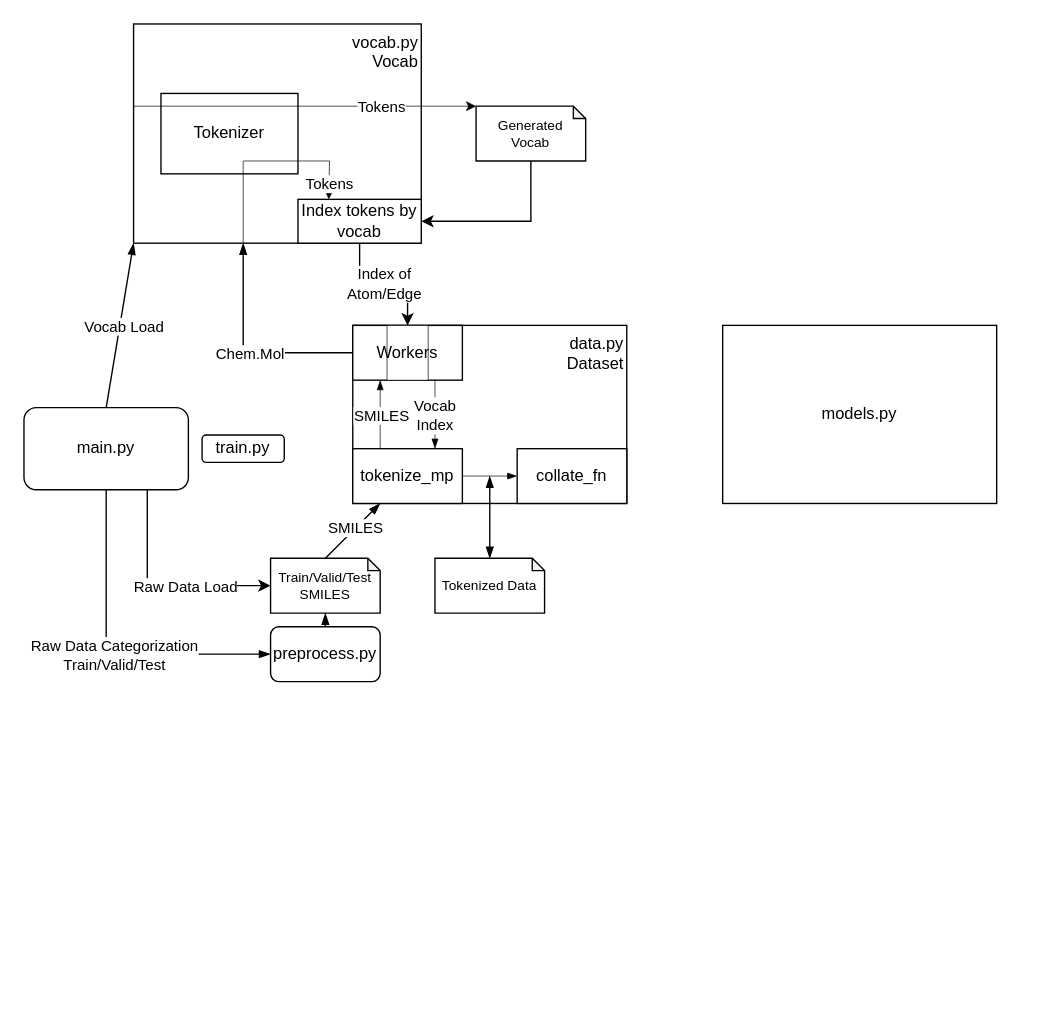
Before: Untitled Diagram.drawio in rladbtls1998/public_temp, a draw.io diagram. Source tidied: cells renumbered, new cells numbered last; positions are measured from the earlier drawing's top-left corner, leaving out a move shared by most shapes. Both pictures are drawn from the tidied source at 137%, with x=0, y=0 at pixel (23, 23).
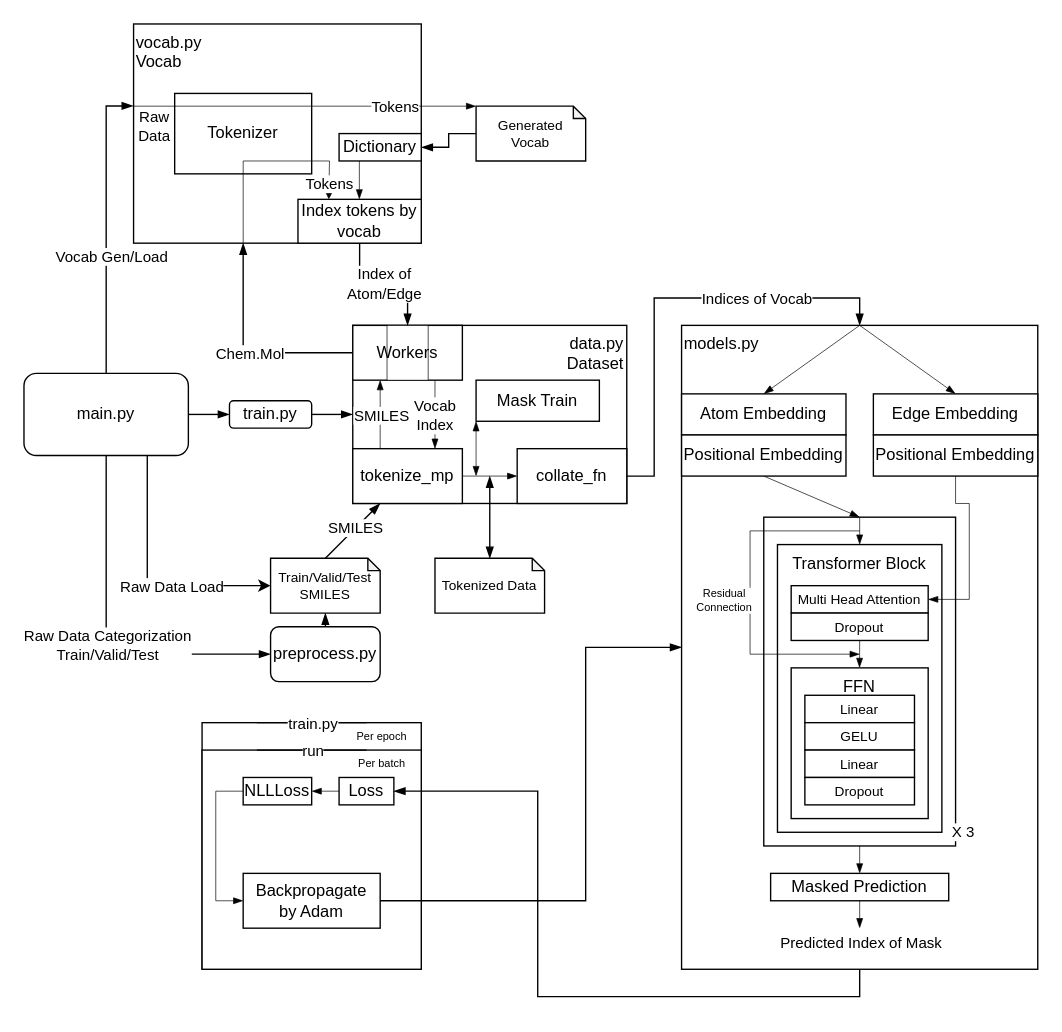
After the change.

Unchanged cells that the change refers to:
```xml
<mxCell id="17" style="group;" parent="1" vertex="1">
  <mxGeometry x="240" y="220" width="200" height="130" as="geometry" />
</mxCell>
<mxCell id="25" value="collate_fn" style="rounded=0;whiteSpace=wrap;html=1;" parent="17" vertex="1">
  <mxGeometry x="120" y="90" width="80" height="40" as="geometry" />
</mxCell>
<mxCell id="27" value="Workers" style="rounded=0;whiteSpace=wrap;html=1;strokeWidth=0.5;" parent="17" vertex="1">
  <mxGeometry x="25" width="30" height="40" as="geometry" />
</mxCell>
<mxCell id="29" value="&lt;div style=&quot;font-size: 10px;&quot;&gt;Generated&lt;/div&gt;&lt;div style=&quot;font-size: 10px;&quot;&gt;Vocab&lt;/div&gt;" style="shape=note;whiteSpace=wrap;html=1;backgroundOutline=1;darkOpacity=0.05;size=9;fontSize=10;" parent="1" vertex="1">
  <mxGeometry x="330" y="60" width="80" height="40" as="geometry" />
</mxCell>
<mxCell id="32" style="group;" parent="1" vertex="1">
  <mxGeometry x="80" width="210" height="160" as="geometry" />
</mxCell>
<mxCell id="35" value="Index tokens by vocab" style="rounded=0;whiteSpace=wrap;html=1;" parent="32" vertex="1">
  <mxGeometry x="120" y="128" width="90" height="32" as="geometry" />
</mxCell>
```

Change to the diagram source:
```diff
@@
+    <mxCell id="3" value="models.py" style="rounded=0;whiteSpace=wrap;html=1;align=left;verticalAlign=top;horizontal=1;" parent="1" vertex="1">
+      <mxGeometry x="480" y="220" width="260" height="470" as="geometry" />
+    </mxCell>
+    <mxCell id="43" style="rounded=0;whiteSpace=wrap;html=1;verticalAlign=top;align=right;" parent="1" vertex="1">
+      <mxGeometry x="540" y="360" width="140" height="240" as="geometry" />
+    </mxCell>
+    <mxCell id="44" value="Transformer Block" style="rounded=0;whiteSpace=wrap;html=1;verticalAlign=top;" parent="1" vertex="1">
+      <mxGeometry x="550" y="380" width="120" height="210" as="geometry" />
+    </mxCell>
+    <mxCell id="45" style="edgeStyle=orthogonalEdgeStyle;rounded=0;jettySize=auto;html=1;exitX=1;exitY=0.5;exitDx=0;exitDy=0;entryX=0;entryY=0.5;entryDx=0;entryDy=0;endArrow=blockThin;endFill=1;" parent="1" edge="1" source="2" target="5">
+      <mxGeometry relative="1" as="geometry" />
+    </mxCell>
     <mxCell id="2" value="main.py" style="rounded=1;whiteSpace=wrap;html=1;" parent="1" vertex="1">
-      <mxGeometry y="280" width="120" height="60" as="geometry" />
+      <mxGeometry y="255" width="120" height="60" as="geometry" />
     </mxCell>
-    <mxCell id="3" value="models.py" style="rounded=0;whiteSpace=wrap;html=1;" parent="1" vertex="1">
-      <mxGeometry x="510" y="220" width="200" height="130" as="geometry" />
-    </mxCell>
+    <mxCell id="46" style="rounded=0;jettySize=auto;html=1;exitX=0.5;exitY=0;exitDx=0;exitDy=0;entryX=0.5;entryY=0;entryDx=0;entryDy=0;endArrow=blockThin;endFill=1;strokeWidth=0.5;" parent="1" edge="1" source="3" target="56">
+      <mxGeometry relative="1" as="geometry" />
+    </mxCell>
@@
+    <mxCell id="47" style="edgeStyle=orthogonalEdgeStyle;rounded=0;jettySize=auto;html=1;exitX=1;exitY=0.5;exitDx=0;exitDy=0;endArrow=blockThin;endFill=1;" parent="1" edge="1" source="5">
+      <mxGeometry relative="1" as="geometry">
+        <mxPoint x="240" y="285" as="targetPoint" />
+      </mxGeometry>
+    </mxCell>
     <mxCell id="5" value="train.py" style="rounded=1;whiteSpace=wrap;html=1;" parent="1" vertex="1">
-      <mxGeometry x="130" y="300" width="60" height="20" as="geometry" />
+      <mxGeometry x="150" y="275" width="60" height="20" as="geometry" />
     </mxCell>
@@
-    <mxCell id="8" style="endArrow=blockThin;html=1;rounded=0;entryX=0;entryY=1;entryDx=0;entryDy=0;exitX=0.5;exitY=0;exitDx=0;exitDy=0;endFill=1;" parent="1" edge="1" source="2" target="33">
-      <mxGeometry relative="1" as="geometry" />
+    <mxCell id="8" style="endArrow=blockThin;html=1;rounded=0;exitX=0.5;exitY=0;exitDx=0;exitDy=0;endFill=1;edgeStyle=elbowEdgeStyle;spacing=1;entryX=-0.001;entryY=0.374;entryDx=0;entryDy=0;entryPerimeter=0;" parent="1" edge="1" source="2" target="33">
+      <mxGeometry relative="1" as="geometry">
+        <Array as="points">
+          <mxPoint x="60" y="170" />
+        </Array>
+      </mxGeometry>
     </mxCell>
-    <mxCell id="9" value="Vocab Load" style="edgeLabel;html=1;align=center;verticalAlign=middle;" parent="8" vertex="1">
-      <mxGeometry y="-3" relative="1" as="geometry" />
+    <mxCell id="9" value="Vocab Gen/Load" style="edgeLabel;html=1;align=center;verticalAlign=middle;" parent="8" vertex="1">
+      <mxGeometry y="-3" relative="1" as="geometry">
+        <mxPoint y="21" as="offset" />
+      </mxGeometry>
     </mxCell>
@@
+    <mxCell id="48" value="Mask Train" style="rounded=0;whiteSpace=wrap;html=1;" parent="17" vertex="1">
+      <mxGeometry x="90" y="40" width="90" height="30" as="geometry" />
+    </mxCell>
@@
-    <mxCell id="33" value="vocab.py&lt;div&gt;Vocab&lt;/div&gt;" style="rounded=0;whiteSpace=wrap;html=1;align=right;verticalAlign=top;" parent="32" vertex="1">
+    <mxCell id="33" value="vocab.py&lt;div&gt;Vocab&lt;/div&gt;" style="rounded=0;whiteSpace=wrap;html=1;align=left;verticalAlign=top;" parent="32" vertex="1">
       <mxGeometry width="210" height="160" as="geometry" />
     </mxCell>
     <mxCell id="34" value="Tokenizer" style="rounded=0;whiteSpace=wrap;html=1;" parent="32" vertex="1">
-      <mxGeometry x="20" y="50.7" width="100" height="58.7" as="geometry" />
+      <mxGeometry x="30" y="50.7" width="100" height="58.7" as="geometry" />
     </mxCell>
@@
-    <mxCell id="36" style="endArrow=classic;html=1;rounded=0;entryX=0;entryY=0;entryDx=0;entryDy=0;entryPerimeter=0;strokeWidth=0.5;" parent="32" edge="1">
+    <mxCell id="36" style="endArrow=blockThin;html=1;rounded=0;entryX=0;entryY=0;entryDx=0;entryDy=0;entryPerimeter=0;strokeWidth=0.5;endFill=1;" parent="32" edge="1">
       <mxGeometry relative="1" as="geometry">
         <mxPoint y="60" as="sourcePoint" />
         <mxPoint x="250" y="60" as="targetPoint" />
       </mxGeometry>
     </mxCell>
     <mxCell id="37" value="Tokens" style="edgeLabel;html=1;align=center;verticalAlign=middle;" parent="36" vertex="1">
-      <mxGeometry x="0.44" relative="1" as="geometry" />
+      <mxGeometry x="0.44" relative="1" as="geometry">
+        <mxPoint x="10" as="offset" />
+      </mxGeometry>
     </mxCell>
+    <mxCell id="49" value="Raw&lt;div&gt;Data&lt;/div&gt;" style="edgeLabel;html=1;align=center;verticalAlign=middle;" parent="36" vertex="1">
+      <mxGeometry x="-0.87" y="1" relative="1" as="geometry">
+        <mxPoint x="-2" y="15" as="offset" />
+      </mxGeometry>
+    </mxCell>
@@
+    <mxCell id="50" style="endArrow=blockThin;html=1;rounded=0;entryX=0.75;entryY=0;entryDx=0;entryDy=0;strokeWidth=0.5;exitX=0.893;exitY=0.625;exitDx=0;exitDy=0;exitPerimeter=0;endFill=1;" parent="32" edge="1">
+      <mxGeometry relative="1" as="geometry">
+        <mxPoint x="164.8" y="100" as="sourcePoint" />
+        <mxPoint x="164.8" y="128" as="targetPoint" />
+      </mxGeometry>
+    </mxCell>
+    <mxCell id="51" value="Dictionary" style="rounded=0;whiteSpace=wrap;html=1;" parent="32" vertex="1">
+      <mxGeometry x="150" y="80" width="60" height="20" as="geometry" />
+    </mxCell>
+    <mxCell id="52" style="endArrow=blockThin;html=1;rounded=0;entryX=0;entryY=1;entryDx=0;entryDy=0;strokeWidth=0.5;endFill=1;startArrow=blockThin;startFill=1;" parent="32" edge="1" target="48">
+      <mxGeometry relative="1" as="geometry">
+        <mxPoint x="250" y="330" as="sourcePoint" />
+      </mxGeometry>
+    </mxCell>
-    <mxCell id="40" style="edgeStyle=orthogonalEdgeStyle;rounded=0;jettySize=auto;html=1;exitX=0.5;exitY=1;exitDx=0;exitDy=0;entryX=1;entryY=0.5;entryDx=0;entryDy=0;exitPerimeter=0;" parent="1" edge="1" source="29" target="35">
+    <mxCell id="40" style="edgeStyle=orthogonalEdgeStyle;rounded=0;jettySize=auto;html=1;exitX=0;exitY=0.5;exitDx=0;exitDy=0;exitPerimeter=0;arcSize=10;entryX=1;entryY=0.5;entryDx=0;entryDy=0;endArrow=blockThin;endFill=1;" parent="1" edge="1" source="29" target="51">
       <mxGeometry relative="1" as="geometry" />
     </mxCell>
-    <mxCell id="41" style="edgeStyle=orthogonalEdgeStyle;rounded=0;jettySize=auto;html=1;entryX=0.5;entryY=0;entryDx=0;entryDy=0;" parent="1" edge="1" source="35" target="27">
+    <mxCell id="41" style="edgeStyle=orthogonalEdgeStyle;rounded=0;jettySize=auto;html=1;entryX=0.5;entryY=0;entryDx=0;entryDy=0;endArrow=blockThin;endFill=1;" parent="1" edge="1" source="35" target="27">
       <mxGeometry relative="1" as="geometry" />
     </mxCell>
@@
+    <mxCell id="53" style="rounded=0;jettySize=auto;html=1;exitX=1;exitY=0.5;exitDx=0;exitDy=0;entryX=0.5;entryY=0;entryDx=0;entryDy=0;edgeStyle=orthogonalEdgeStyle;elbow=vertical;endArrow=blockThin;endFill=1;" parent="1" edge="1" source="25" target="3">
+      <mxGeometry relative="1" as="geometry" />
+    </mxCell>
+    <mxCell id="54" value="Indices of Vocab" style="edgeLabel;html=1;align=center;verticalAlign=middle;" parent="53" vertex="1">
+      <mxGeometry x="0.4" relative="1" as="geometry" />
+    </mxCell>
+    <mxCell id="55" value="Atom Embedding" style="rounded=0;whiteSpace=wrap;html=1;" parent="1" vertex="1">
+      <mxGeometry x="480" y="270" width="120" height="30" as="geometry" />
+    </mxCell>
+    <mxCell id="56" value="Edge Embedding" style="rounded=0;whiteSpace=wrap;html=1;" parent="1" vertex="1">
+      <mxGeometry x="620" y="270" width="120" height="30" as="geometry" />
+    </mxCell>
+    <mxCell id="57" style="rounded=0;jettySize=auto;html=1;exitX=0.5;exitY=0;exitDx=0;exitDy=0;entryX=0.5;entryY=0;entryDx=0;entryDy=0;endArrow=blockThin;endFill=1;strokeWidth=0.5;" parent="1" edge="1" source="3" target="55">
+      <mxGeometry relative="1" as="geometry" />
+    </mxCell>
+    <mxCell id="58" value="Multi Head Attention" style="rounded=0;whiteSpace=wrap;html=1;fontSize=10;" parent="1" vertex="1">
+      <mxGeometry x="560" y="410" width="100" height="20" as="geometry" />
+    </mxCell>
+    <mxCell id="59" style="rounded=0;jettySize=auto;html=1;exitX=0.5;exitY=1;exitDx=0;exitDy=0;entryX=0.5;entryY=0;entryDx=0;entryDy=0;endArrow=blockThin;endFill=1;strokeWidth=0.5;" parent="1" edge="1" source="60" target="43">
+      <mxGeometry relative="1" as="geometry" />
+    </mxCell>
+    <mxCell id="60" value="Positional Embedding" style="rounded=0;whiteSpace=wrap;html=1;" parent="1" vertex="1">
+      <mxGeometry x="480" y="300" width="120" height="30" as="geometry" />
+    </mxCell>
+    <mxCell id="61" style="edgeStyle=orthogonalEdgeStyle;rounded=0;jettySize=auto;html=1;exitX=0.5;exitY=1;exitDx=0;exitDy=0;entryX=1;entryY=0.5;entryDx=0;entryDy=0;endArrow=blockThin;endFill=1;strokeWidth=0.5;" parent="1" edge="1" source="62" target="58">
+      <mxGeometry relative="1" as="geometry">
+        <Array as="points">
+          <mxPoint x="680" y="350" />
+          <mxPoint x="690" y="350" />
+          <mxPoint x="690" y="420" />
+        </Array>
+      </mxGeometry>
+    </mxCell>
+    <mxCell id="62" value="Positional Embedding" style="rounded=0;whiteSpace=wrap;html=1;" parent="1" vertex="1">
+      <mxGeometry x="620" y="300" width="120" height="30" as="geometry" />
+    </mxCell>
+    <mxCell id="63" style="edgeStyle=orthogonalEdgeStyle;rounded=0;jettySize=auto;html=1;exitX=0.5;exitY=1;exitDx=0;exitDy=0;endArrow=blockThin;endFill=1;strokeWidth=0.5;" parent="1" edge="1" source="64">
+      <mxGeometry relative="1" as="geometry">
+        <mxPoint x="609.9" y="470" as="targetPoint" />
+      </mxGeometry>
+    </mxCell>
+    <mxCell id="64" value="Dropout" style="rounded=0;whiteSpace=wrap;html=1;fontSize=10;" parent="1" vertex="1">
+      <mxGeometry x="560" y="430" width="100" height="20" as="geometry" />
+    </mxCell>
+    <mxCell id="65" style="group;" parent="1" vertex="1">
+      <mxGeometry x="560" y="470" width="100" height="110" as="geometry" />
+    </mxCell>
+    <mxCell id="66" value="FFN" style="rounded=0;whiteSpace=wrap;html=1;horizontal=1;verticalAlign=top;" parent="65" vertex="1">
+      <mxGeometry width="100" height="110" as="geometry" />
+    </mxCell>
+    <mxCell id="67" value="Linear" style="rounded=0;whiteSpace=wrap;html=1;fontSize=10;" parent="65" vertex="1">
+      <mxGeometry x="10" y="20" width="80" height="20" as="geometry" />
+    </mxCell>
+    <mxCell id="68" value="GELU" style="rounded=0;whiteSpace=wrap;html=1;fontSize=10;" parent="65" vertex="1">
+      <mxGeometry x="10" y="40" width="80" height="20" as="geometry" />
+    </mxCell>
+    <mxCell id="69" value="Linear" style="rounded=0;whiteSpace=wrap;html=1;fontSize=10;" parent="65" vertex="1">
+      <mxGeometry x="10" y="60" width="80" height="20" as="geometry" />
+    </mxCell>
+    <mxCell id="70" value="Dropout" style="rounded=0;whiteSpace=wrap;html=1;fontSize=10;" parent="65" vertex="1">
+      <mxGeometry x="10" y="80" width="80" height="20" as="geometry" />
+    </mxCell>
+    <mxCell id="71" style="edgeStyle=orthogonalEdgeStyle;rounded=0;jettySize=auto;html=1;exitX=0.5;exitY=0;exitDx=0;exitDy=0;entryX=0.5;entryY=0;entryDx=0;entryDy=0;endArrow=blockThin;endFill=1;strokeWidth=0.5;" parent="1" edge="1" source="43" target="44">
+      <mxGeometry relative="1" as="geometry" />
+    </mxCell>
+    <mxCell id="72" style="endArrow=blockThin;html=1;rounded=0;strokeWidth=0.5;endFill=1;" parent="1" edge="1">
+      <mxGeometry relative="1" as="geometry">
+        <mxPoint x="610" y="370" as="sourcePoint" />
+        <mxPoint x="610" y="460" as="targetPoint" />
+        <Array as="points">
+          <mxPoint x="530" y="370" />
+          <mxPoint x="530" y="460" />
+        </Array>
+      </mxGeometry>
+    </mxCell>
+    <mxCell id="73" value="Residual&lt;div style=&quot;font-size: 8px;&quot;&gt;Connection&lt;/div&gt;" style="edgeLabel;html=1;align=center;verticalAlign=middle;fontSize=8;" parent="72" vertex="1">
+      <mxGeometry relative="1" as="geometry">
+        <mxPoint x="-20" y="5" as="offset" />
+      </mxGeometry>
+    </mxCell>
+    <mxCell id="74" style="endArrow=none;html=1;rounded=0;" parent="1" edge="1">
+      <mxGeometry relative="1" as="geometry">
+        <mxPoint x="680" y="590" as="sourcePoint" />
+        <mxPoint x="690" y="590" as="targetPoint" />
+      </mxGeometry>
+    </mxCell>
+    <mxCell id="75" value="X 3&amp;nbsp;" style="edgeLabel;html=1;align=center;verticalAlign=middle;" parent="74" vertex="1">
+      <mxGeometry x="0.1" y="1" relative="1" as="geometry" />
+    </mxCell>
+    <mxCell id="76" value="Masked Prediction" style="rounded=0;whiteSpace=wrap;html=1;" parent="1" vertex="1">
+      <mxGeometry x="545" y="620" width="130" height="20" as="geometry" />
+    </mxCell>
+    <mxCell id="77" style="rounded=0;jettySize=auto;html=1;exitX=0.5;exitY=1;exitDx=0;exitDy=0;endArrow=blockThin;endFill=1;strokeWidth=0.5;entryX=0.5;entryY=0;entryDx=0;entryDy=0;" parent="1" edge="1" source="43" target="76">
+      <mxGeometry relative="1" as="geometry" />
+    </mxCell>
+    <mxCell id="78" style="rounded=0;jettySize=auto;html=1;exitX=0.5;exitY=1;exitDx=0;exitDy=0;endArrow=blockThin;endFill=1;strokeWidth=0.5;" parent="1" edge="1" source="76">
+      <mxGeometry relative="1" as="geometry">
+        <mxPoint x="610" y="660" as="targetPoint" />
+      </mxGeometry>
+    </mxCell>
+    <mxCell id="79" value="Predicted Index of Mask" style="edgeLabel;html=1;align=center;verticalAlign=middle;" parent="78" vertex="1">
+      <mxGeometry x="0.51" y="-1" relative="1" as="geometry">
+        <mxPoint x="1" y="15" as="offset" />
+      </mxGeometry>
+    </mxCell>
+    <mxCell id="80" style="group;" parent="1" vertex="1">
+      <mxGeometry x="130" y="510" width="160" height="180" as="geometry" />
+    </mxCell>
+    <mxCell id="81" style="rounded=0;whiteSpace=wrap;html=1;verticalAlign=top;align=left;spacingLeft=1;" parent="80" vertex="1">
+      <mxGeometry width="160" height="180" as="geometry" />
+    </mxCell>
+    <mxCell id="82" style="endArrow=none;html=1;rounded=0;entryX=0.75;entryY=0;entryDx=0;entryDy=0;exitX=0.25;exitY=0;exitDx=0;exitDy=0;" parent="80" edge="1" source="81" target="81">
+      <mxGeometry relative="1" as="geometry" />
+    </mxCell>
+    <mxCell id="83" value="train.py" style="edgeLabel;html=1;align=center;verticalAlign=middle;" parent="82" vertex="1">
+      <mxGeometry relative="1" as="geometry" />
+    </mxCell>
+    <mxCell id="84" style="endArrow=none;html=1;rounded=0;exitX=0.448;exitY=0;exitDx=0;exitDy=0;exitPerimeter=0;entryX=0.528;entryY=0;entryDx=0;entryDy=0;entryPerimeter=0;fontSize=7;" parent="80" edge="1">
+      <mxGeometry relative="1" as="geometry">
+        <mxPoint x="118" y="9.8" as="sourcePoint" />
+        <mxPoint x="142" y="9.8" as="targetPoint" />
+      </mxGeometry>
+    </mxCell>
+    <mxCell id="85" value="Per epoch" style="edgeLabel;html=1;align=center;verticalAlign=middle;fontSize=8;" parent="84" vertex="1">
+      <mxGeometry relative="1" as="geometry" />
+    </mxCell>
+    <mxCell id="86" style="rounded=0;whiteSpace=wrap;html=1;verticalAlign=top;align=left;" parent="80" vertex="1">
+      <mxGeometry y="20" width="160" height="160" as="geometry" />
+    </mxCell>
+    <mxCell id="87" style="endArrow=none;html=1;rounded=0;entryX=0.75;entryY=0;entryDx=0;entryDy=0;exitX=0.25;exitY=0;exitDx=0;exitDy=0;" parent="80" edge="1" source="86" target="86">
+      <mxGeometry relative="1" as="geometry" />
+    </mxCell>
+    <mxCell id="88" value="run" style="edgeLabel;html=1;align=center;verticalAlign=middle;" parent="87" vertex="1">
+      <mxGeometry relative="1" as="geometry" />
+    </mxCell>
+    <mxCell id="89" style="endArrow=none;html=1;rounded=0;exitX=0.448;exitY=0;exitDx=0;exitDy=0;exitPerimeter=0;entryX=0.528;entryY=0;entryDx=0;entryDy=0;entryPerimeter=0;fontSize=7;" parent="80" edge="1">
+      <mxGeometry relative="1" as="geometry">
+        <mxPoint x="118" y="29.8" as="sourcePoint" />
+        <mxPoint x="142" y="29.8" as="targetPoint" />
+      </mxGeometry>
+    </mxCell>
+    <mxCell id="90" value="Per batch" style="edgeLabel;html=1;align=center;verticalAlign=middle;fontSize=8;" parent="89" vertex="1">
+      <mxGeometry relative="1" as="geometry" />
+    </mxCell>
+    <mxCell id="91" value="Loss" style="rounded=0;whiteSpace=wrap;html=1;" parent="80" vertex="1">
+      <mxGeometry x="100" y="40" width="40" height="20" as="geometry" />
+    </mxCell>
+    <mxCell id="92" style="edgeStyle=orthogonalEdgeStyle;rounded=0;jettySize=auto;html=1;exitX=0;exitY=0.5;exitDx=0;exitDy=0;entryX=1;entryY=0.5;entryDx=0;entryDy=0;strokeWidth=0.5;endArrow=blockThin;endFill=1;" parent="80" edge="1" source="91" target="94">
+      <mxGeometry relative="1" as="geometry" />
+    </mxCell>
+    <mxCell id="93" style="edgeStyle=orthogonalEdgeStyle;rounded=0;jettySize=auto;html=1;exitX=0;exitY=0.5;exitDx=0;exitDy=0;entryX=0;entryY=0.5;entryDx=0;entryDy=0;strokeWidth=0.5;endArrow=blockThin;endFill=1;" parent="80" edge="1" source="94" target="95">
+      <mxGeometry relative="1" as="geometry" />
+    </mxCell>
+    <mxCell id="94" value="NLLLoss" style="rounded=0;whiteSpace=wrap;html=1;" parent="80" vertex="1">
+      <mxGeometry x="30" y="40" width="50" height="20" as="geometry" />
+    </mxCell>
+    <mxCell id="95" value="Backpropagate&lt;div&gt;by Adam&lt;/div&gt;" style="rounded=0;whiteSpace=wrap;html=1;" parent="80" vertex="1">
+      <mxGeometry x="30" y="110" width="100" height="40" as="geometry" />
+    </mxCell>
+    <mxCell id="96" style="edgeStyle=orthogonalEdgeStyle;rounded=0;jettySize=auto;html=1;exitX=0.5;exitY=1;exitDx=0;exitDy=0;entryX=1;entryY=0.5;entryDx=0;entryDy=0;endArrow=blockThin;endFill=1;" parent="1" edge="1" source="3" target="91">
+      <mxGeometry relative="1" as="geometry" />
+    </mxCell>
+    <mxCell id="97" style="edgeStyle=orthogonalEdgeStyle;rounded=0;jettySize=auto;html=1;exitX=1;exitY=0.5;exitDx=0;exitDy=0;entryX=0;entryY=0.5;entryDx=0;entryDy=0;endArrow=blockThin;endFill=1;" parent="1" edge="1" source="95" target="3">
+      <mxGeometry relative="1" as="geometry">
+        <Array as="points">
+          <mxPoint x="410" y="640" />
+          <mxPoint x="410" y="455" />
+        </Array>
+      </mxGeometry>
+    </mxCell>
```
